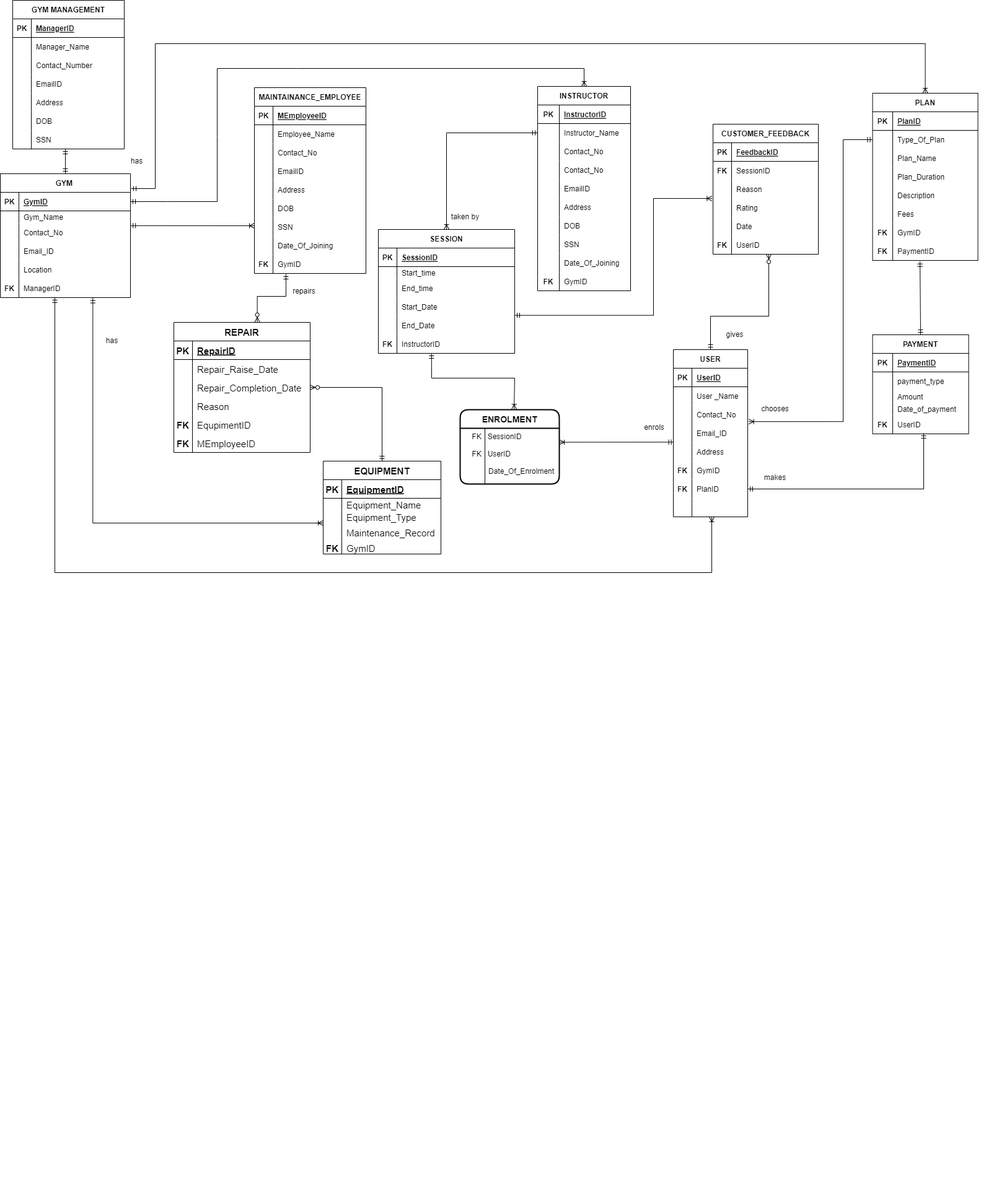
The draw.io diagram Final_ERD.png in Tharunip/DAMG6210_PROJECT11, before a commit. Source tidied: cells renumbered, new cells last; positions are measured from the earlier drawing's top-left corner, leaving out a move shared by most shapes.
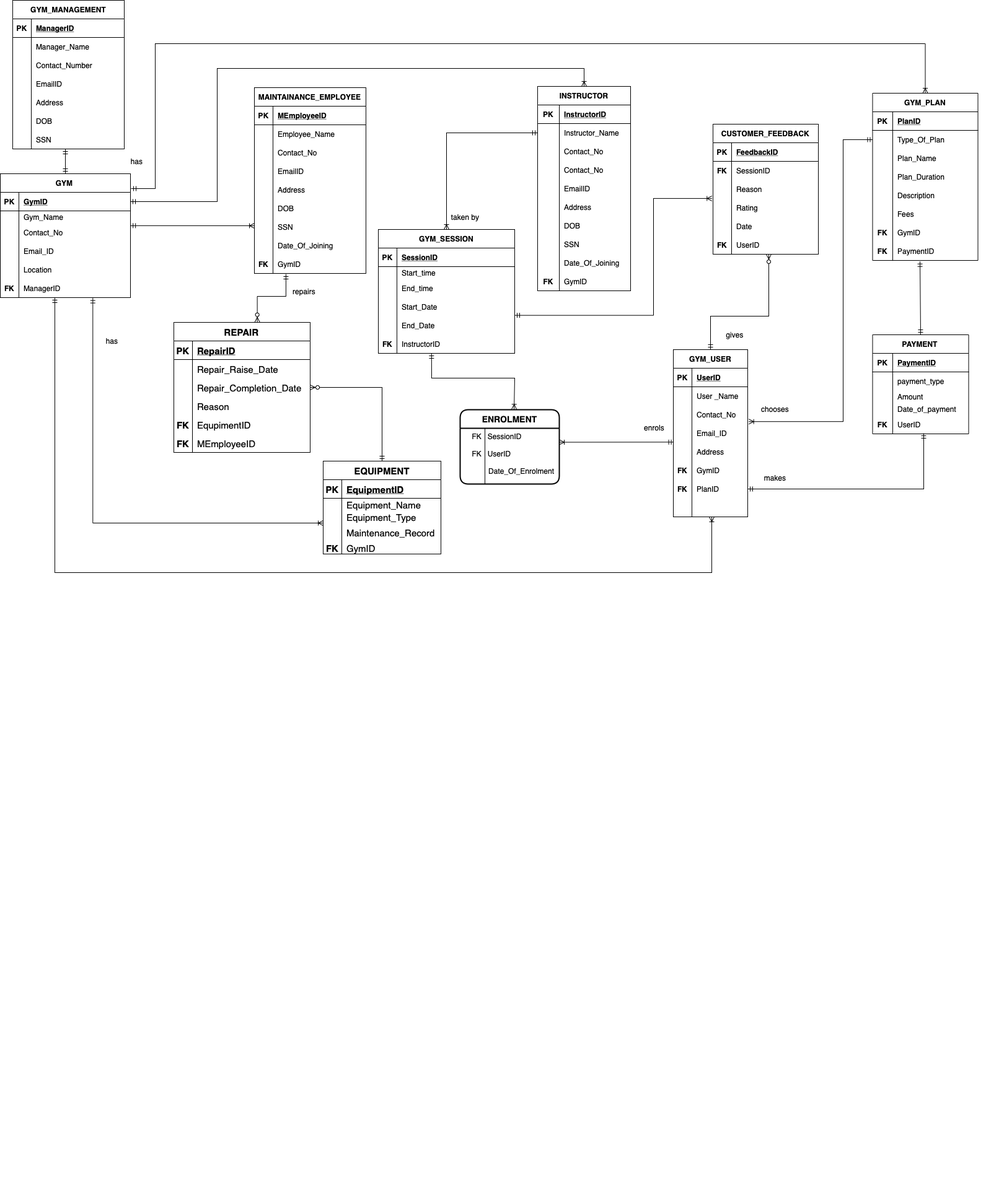
After the commit.

Change to the diagram source:
```diff
@@ -152,7 +152,7 @@
     <mxCell id="51" value="GymID" style="shape=partialRectangle;fillColor=none;top=0;left=0;bottom=0;right=0;align=left;spacingLeft=6;overflow=hidden;" parent="49" vertex="1">
       <mxGeometry x="35" width="115" height="30" as="geometry" />
     </mxCell>
-    <mxCell id="52" value="SESSION" style="shape=table;startSize=30;rowLines=0;fontStyle=1;align=center;" parent="1" vertex="1">
+    <mxCell id="52" value="GYM_SESSION" style="shape=table;startSize=30;rowLines=0;fontStyle=1;align=center;" parent="1" vertex="1">
       <mxGeometry x="610" y="370" width="220" height="200" as="geometry" />
     </mxCell>
     <mxCell id="53" style="shape=tableRow;horizontal=0;startSize=0;swimlaneHead=0;swimlaneBody=0;fillColor=none;top=0;left=0;right=0;bottom=1;" parent="52" vertex="1">
@@ -209,7 +209,7 @@
     <mxCell id="70" value="InstructorID" style="shape=partialRectangle;fillColor=none;top=0;left=0;bottom=0;right=0;align=left;spacingLeft=6;overflow=hidden;" parent="68" vertex="1">
       <mxGeometry x="30" width="190" height="30" as="geometry" />
     </mxCell>
-    <mxCell id="71" value="USER" style="shape=table;startSize=30;rowLines=0;fontStyle=1;align=center;" parent="1" vertex="1">
+    <mxCell id="71" value="GYM_USER" style="shape=table;startSize=30;rowLines=0;fontStyle=1;align=center;" parent="1" vertex="1">
       <mxGeometry x="1086" y="564" width="120" height="270" as="geometry" />
     </mxCell>
     <mxCell id="72" style="shape=tableRow;horizontal=0;startSize=0;swimlaneHead=0;swimlaneBody=0;fillColor=none;top=0;left=0;right=0;bottom=1;" parent="71" vertex="1">
@@ -332,7 +332,7 @@
     <mxCell id="111" value="UserID" style="shape=partialRectangle;fillColor=none;top=0;left=0;bottom=0;right=0;align=left;spacingLeft=6;overflow=hidden;" parent="109" vertex="1">
       <mxGeometry x="32.5" width="122.5" height="30" as="geometry" />
     </mxCell>
-    <mxCell id="112" value="PLAN" style="shape=table;startSize=30;rowLines=0;fontStyle=1;align=center;" parent="1" vertex="1">
+    <mxCell id="112" value="GYM_PLAN" style="shape=table;startSize=30;rowLines=0;fontStyle=1;align=center;" parent="1" vertex="1">
       <mxGeometry x="1407.5" y="150" width="170" height="270" as="geometry" />
     </mxCell>
     <mxCell id="113" style="shape=tableRow;horizontal=0;startSize=0;swimlaneHead=0;swimlaneBody=0;fillColor=none;top=0;left=0;right=0;bottom=1;" parent="112" vertex="1">
@@ -407,7 +407,7 @@
     <mxCell id="136" value="PaymentID" style="shape=partialRectangle;fillColor=none;top=0;left=0;bottom=0;right=0;align=left;spacingLeft=6;overflow=hidden;" parent="134" vertex="1">
       <mxGeometry x="32.5" width="137.5" height="30" as="geometry" />
     </mxCell>
-    <mxCell id="137" value="GYM MANAGEMENT" style="shape=table;startSize=30;rowLines=0;fontStyle=1;align=center;" parent="1" vertex="1">
+    <mxCell id="137" value="GYM_MANAGEMENT" style="shape=table;startSize=30;rowLines=0;fontStyle=1;align=center;" parent="1" vertex="1">
       <mxGeometry x="20" width="180" height="240" as="geometry" />
     </mxCell>
     <mxCell id="138" style="shape=tableRow;horizontal=0;startSize=0;swimlaneHead=0;swimlaneBody=0;fillColor=none;top=0;left=0;right=0;bottom=1;" parent="137" vertex="1">
```
